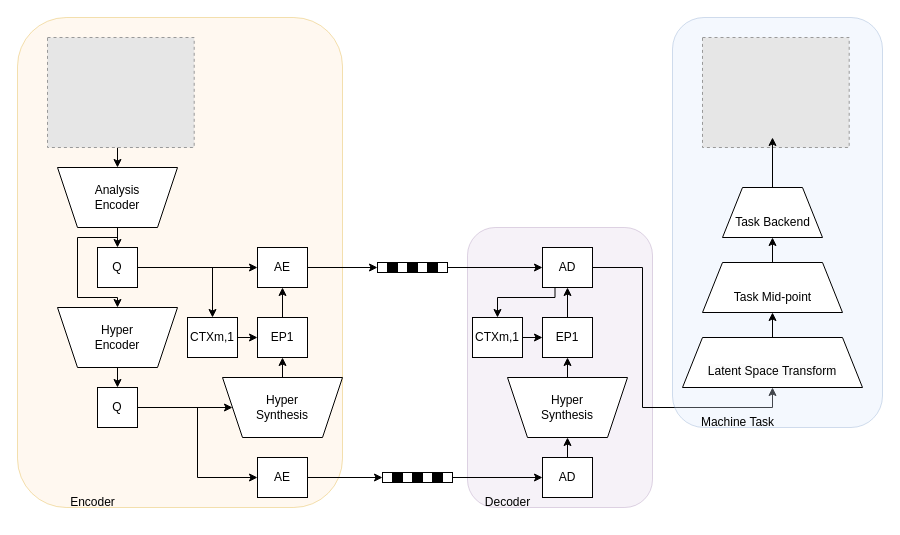
Youlenda/Curriculum-Vitae keeps this draw.io diagram as page "Page-1" (1 of 2) of Untitled Diagram.drawio. Above is the earlier version. Source tidied: cells renumbered, new cells numbered last; positions are measured from the earlier drawing's top-left corner, leaving out a move shared by most shapes. Both pictures are drawn from the tidied source at 100%, with x=0, y=0 at pixel (17, 17). Pictures stored in the file or linked from it are replaced by grey dashed boxes.
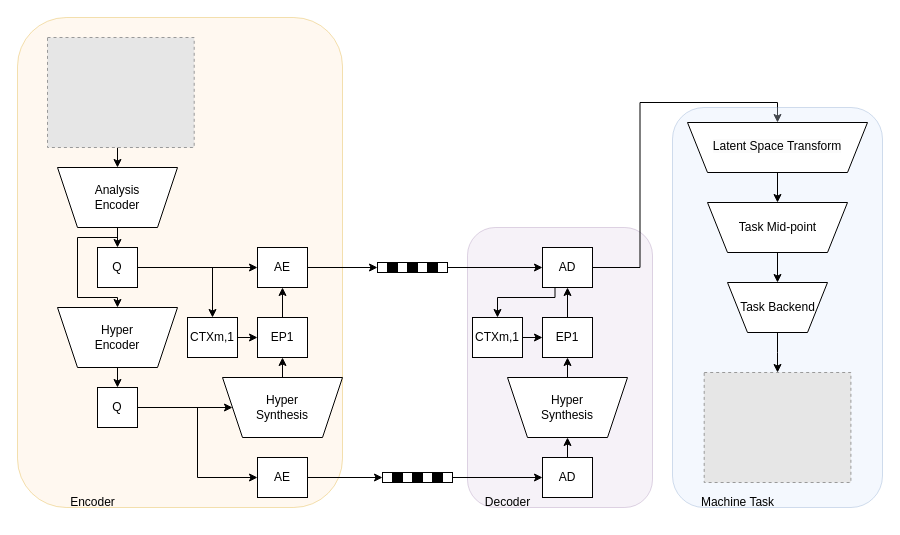
The same diagram, later.

Unchanged cells that the change refers to:
```xml
<mxCell id="47" value="AD" style="rounded=0;whiteSpace=wrap;html=1;" parent="1" vertex="1">
  <mxGeometry x="525" y="230" width="50" height="40" as="geometry" />
</mxCell>
```

What changed in the source:
```diff
@@
-    <mxCell id="46" style="edgeStyle=orthogonalEdgeStyle;rounded=0;jettySize=auto;html=1;exitX=1;exitY=0.5;exitDx=0;exitDy=0;entryX=0.5;entryY=1;entryDx=0;entryDy=0;" parent="1" edge="1" source="47" target="64">
-      <mxGeometry relative="1" as="geometry">
-        <Array as="points">
-          <mxPoint x="625" y="250" />
-          <mxPoint x="625" y="390" />
-          <mxPoint x="755" y="390" />
-        </Array>
-      </mxGeometry>
-    </mxCell>
+    <mxCell id="71" style="edgeStyle=orthogonalEdgeStyle;rounded=0;jettySize=auto;html=1;exitX=1;exitY=0.5;exitDx=0;exitDy=0;entryX=0.5;entryY=1;entryDx=0;entryDy=0;" parent="1" edge="1" source="47" target="74">
+      <mxGeometry relative="1" as="geometry" />
+    </mxCell>
@@
+    <mxCell id="70" style="fillColor=#E6E6E6;strokeColor=#999999;dashed=1;verticalLabelPosition=bottom;labelBackgroundColor=default;verticalAlign=top;" parent="1" vertex="1">
+      <mxGeometry x="30" y="20" width="146.7" height="110" as="geometry" />
+    </mxCell>
+    <mxCell id="72" style="group;" parent="1" vertex="1">
+      <mxGeometry x="655" y="90" width="210" height="410" as="geometry" />
+    </mxCell>
-    <mxCell id="58" style="rounded=1;whiteSpace=wrap;html=1;fillColor=#dae8fc;opacity=30;strokeColor=#6c8ebf;" parent="1" vertex="1">
-      <mxGeometry x="655" width="210" height="410" as="geometry" />
+    <mxCell id="58" style="rounded=1;whiteSpace=wrap;html=1;fillColor=#dae8fc;opacity=30;strokeColor=#6c8ebf;" parent="72" vertex="1">
+      <mxGeometry width="210" height="400" as="geometry" />
     </mxCell>
-    <mxCell id="59" style="shape=trapezoid;perimeter=trapezoidPerimeter;whiteSpace=wrap;html=1;fixedSize=1;direction=east;" parent="1" vertex="1">
-      <mxGeometry x="665" y="320" width="180" height="50" as="geometry" />
-    </mxCell>
-    <mxCell id="60" style="shape=trapezoid;perimeter=trapezoidPerimeter;whiteSpace=wrap;html=1;fixedSize=1;direction=east;" parent="1" vertex="1">
-      <mxGeometry x="685" y="245" width="140" height="50" as="geometry" />
-    </mxCell>
-    <mxCell id="61" style="shape=trapezoid;perimeter=trapezoidPerimeter;whiteSpace=wrap;html=1;fixedSize=1;direction=east;" parent="1" vertex="1">
-      <mxGeometry x="705" y="170" width="100" height="50" as="geometry" />
-    </mxCell>
+    <mxCell id="65" style="fillColor=#E6E6E6;strokeColor=#999999;dashed=1;verticalLabelPosition=bottom;labelBackgroundColor=default;verticalAlign=top;" parent="72" vertex="1">
+      <mxGeometry x="31.7" y="265" width="146.7" height="110" as="geometry" />
+    </mxCell>
+    <mxCell id="69" value="Machine Task" style="text;html=1;align=center;verticalAlign=middle;strokeColor=none;fillColor=none;" parent="72" vertex="1">
+      <mxGeometry y="380" width="130" height="30" as="geometry" />
+    </mxCell>
+    <mxCell id="73" style="edgeStyle=orthogonalEdgeStyle;rounded=0;jettySize=auto;html=1;exitX=0.5;exitY=0;exitDx=0;exitDy=0;entryX=0.5;entryY=0;entryDx=0;entryDy=0;" parent="72" edge="1" source="77" target="65">
+      <mxGeometry relative="1" as="geometry" />
+    </mxCell>
+    <mxCell id="74" style="shape=trapezoid;perimeter=trapezoidPerimeter;whiteSpace=wrap;html=1;fixedSize=1;direction=west;" parent="72" vertex="1">
+      <mxGeometry x="15" y="15" width="180" height="50" as="geometry" />
+    </mxCell>
+    <mxCell id="75" style="shape=trapezoid;perimeter=trapezoidPerimeter;whiteSpace=wrap;html=1;fixedSize=1;direction=west;" parent="72" vertex="1">
+      <mxGeometry x="35" y="95" width="140" height="50" as="geometry" />
+    </mxCell>
+    <mxCell id="76" style="edgeStyle=orthogonalEdgeStyle;rounded=0;jettySize=auto;html=1;exitX=0.5;exitY=0;exitDx=0;exitDy=0;" parent="72" edge="1" source="74" target="75">
+      <mxGeometry relative="1" as="geometry" />
+    </mxCell>
+    <mxCell id="77" style="shape=trapezoid;perimeter=trapezoidPerimeter;whiteSpace=wrap;html=1;fixedSize=1;direction=west;" parent="72" vertex="1">
+      <mxGeometry x="55" y="175" width="100" height="50" as="geometry" />
+    </mxCell>
+    <mxCell id="78" style="edgeStyle=orthogonalEdgeStyle;rounded=0;jettySize=auto;html=1;exitX=0.5;exitY=0;exitDx=0;exitDy=0;entryX=0.5;entryY=1;entryDx=0;entryDy=0;" parent="72" edge="1" source="75" target="77">
+      <mxGeometry relative="1" as="geometry" />
+    </mxCell>
-    <mxCell id="62" value="Task Mid-point" style="text;html=1;align=center;verticalAlign=middle;strokeColor=none;fillColor=none;rotation=0;" parent="1" vertex="1">
-      <mxGeometry x="705" y="265" width="100" height="30" as="geometry" />
+    <mxCell id="62" value="Task Mid-point" style="text;html=1;align=center;verticalAlign=middle;strokeColor=none;fillColor=none;rotation=0;" parent="72" vertex="1">
+      <mxGeometry x="55" y="105" width="100" height="30" as="geometry" />
     </mxCell>
-    <mxCell id="63" value="Task Backend" style="text;html=1;align=center;verticalAlign=middle;strokeColor=none;fillColor=none;rotation=0;" parent="1" vertex="1">
-      <mxGeometry x="705" y="190" width="100" height="30" as="geometry" />
+    <mxCell id="63" value="Task Backend" style="text;html=1;align=center;verticalAlign=middle;strokeColor=none;fillColor=none;rotation=0;" parent="72" vertex="1">
+      <mxGeometry x="55" y="185" width="100" height="30" as="geometry" />
     </mxCell>
-    <mxCell id="64" value="&lt;span style=&quot;border-color: var(--border-color); caret-color: rgb(0, 0, 0); color: rgb(0, 0, 0); font-family: Helvetica; font-size: 12px; font-style: normal; font-variant-caps: normal; font-weight: 400; letter-spacing: normal; text-indent: 0px; text-transform: none; word-spacing: 0px; -webkit-text-stroke-width: 0px; text-decoration: none; background-color: rgb(251, 251, 251); float: none; display: inline !important;&quot;&gt;Latent Space&amp;nbsp;&lt;/span&gt;&lt;span style=&quot;border-color: var(--border-color); caret-color: rgb(0, 0, 0); color: rgb(0, 0, 0); font-family: Helvetica; font-size: 12px; font-style: normal; font-variant-caps: normal; font-weight: 400; letter-spacing: normal; text-indent: 0px; text-transform: none; word-spacing: 0px; -webkit-text-stroke-width: 0px; text-decoration: none; background-color: rgb(251, 251, 251); float: none; display: inline !important;&quot;&gt;Transform&lt;/span&gt;" style="text;whiteSpace=wrap;html=1;align=center;" parent="1" vertex="1">
-      <mxGeometry x="680" y="340" width="150" height="30" as="geometry" />
+    <mxCell id="64" value="&lt;span style=&quot;border-color: var(--border-color); caret-color: rgb(0, 0, 0); color: rgb(0, 0, 0); font-family: Helvetica; font-size: 12px; font-style: normal; font-variant-caps: normal; font-weight: 400; letter-spacing: normal; text-indent: 0px; text-transform: none; word-spacing: 0px; -webkit-text-stroke-width: 0px; text-decoration: none; background-color: rgb(251, 251, 251); float: none; display: inline !important;&quot;&gt;Latent Space&amp;nbsp;&lt;/span&gt;&lt;span style=&quot;border-color: var(--border-color); caret-color: rgb(0, 0, 0); color: rgb(0, 0, 0); font-family: Helvetica; font-size: 12px; font-style: normal; font-variant-caps: normal; font-weight: 400; letter-spacing: normal; text-indent: 0px; text-transform: none; word-spacing: 0px; -webkit-text-stroke-width: 0px; text-decoration: none; background-color: rgb(251, 251, 251); float: none; display: inline !important;&quot;&gt;Transform&lt;/span&gt;" style="text;whiteSpace=wrap;html=1;align=center;" parent="72" vertex="1">
+      <mxGeometry x="30" y="25" width="150" height="30" as="geometry" />
     </mxCell>
-    <mxCell id="65" style="fillColor=#E6E6E6;strokeColor=#999999;dashed=1;verticalLabelPosition=bottom;labelBackgroundColor=default;verticalAlign=top;" parent="1" vertex="1">
-      <mxGeometry x="685" y="20" width="146.7" height="110" as="geometry" />
-    </mxCell>
-    <mxCell id="66" style="edgeStyle=orthogonalEdgeStyle;rounded=0;jettySize=auto;html=1;exitX=0.5;exitY=0;exitDx=0;exitDy=0;entryX=0.5;entryY=1;entryDx=0;entryDy=0;" parent="1" edge="1" source="61">
-      <mxGeometry relative="1" as="geometry">
-        <mxPoint x="755" y="120" as="targetPoint" />
-      </mxGeometry>
-    </mxCell>
-    <mxCell id="67" style="edgeStyle=orthogonalEdgeStyle;rounded=0;jettySize=auto;html=1;exitX=0.5;exitY=0;exitDx=0;exitDy=0;entryX=0.5;entryY=1;entryDx=0;entryDy=0;" parent="1" edge="1" source="60" target="61">
-      <mxGeometry relative="1" as="geometry" />
-    </mxCell>
-    <mxCell id="68" style="edgeStyle=orthogonalEdgeStyle;rounded=0;jettySize=auto;html=1;exitX=0.5;exitY=0;exitDx=0;exitDy=0;" parent="1" edge="1" source="59" target="60">
-      <mxGeometry relative="1" as="geometry" />
-    </mxCell>
-    <mxCell id="69" value="Machine Task" style="text;html=1;align=center;verticalAlign=middle;strokeColor=none;fillColor=none;" parent="1" vertex="1">
-      <mxGeometry x="655" y="390" width="130" height="30" as="geometry" />
-    </mxCell>
-    <mxCell id="70" style="fillColor=#E6E6E6;strokeColor=#999999;dashed=1;verticalLabelPosition=bottom;labelBackgroundColor=default;verticalAlign=top;" parent="1" vertex="1">
-      <mxGeometry x="30" y="20" width="146.7" height="110" as="geometry" />
-    </mxCell>
```
